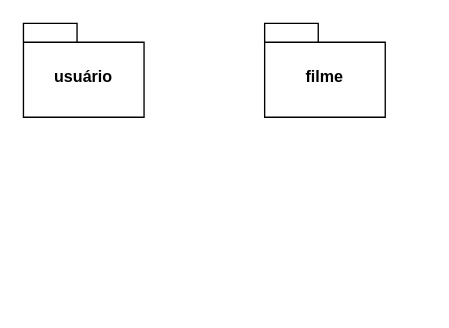
This is aula2205.drawio from Jhonneg/FluxogramaRepo, a draw.io file, before an edit. Source tidied: cells renumbered, new cells numbered last; positions are measured from the earlier drawing's top-left corner, leaving out a move shared by most shapes. Both pictures are drawn from the tidied source at 134%, with x=0, y=0 at pixel (23, 23).
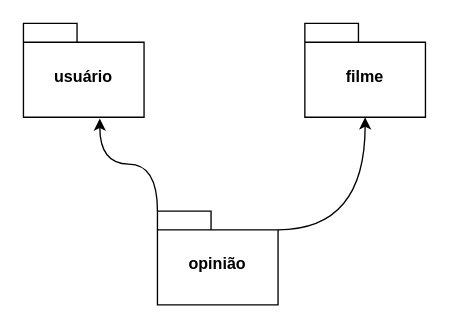
The same page after the edit.

The edit, as a diff of the source:
```diff
@@
 <mxGraphModel>
   <root>
     <mxCell id="0" />
     <mxCell id="1" parent="0" />
     <mxCell id="2" value="usuário" style="shape=folder;fontStyle=1;spacingTop=10;tabWidth=40;tabHeight=14;tabPosition=left;html=1;whiteSpace=wrap;" parent="1" vertex="1">
       <mxGeometry width="90" height="70" as="geometry" />
     </mxCell>
     <mxCell id="3" value="filme" style="shape=folder;fontStyle=1;spacingTop=10;tabWidth=40;tabHeight=14;tabPosition=left;html=1;whiteSpace=wrap;" parent="1" vertex="1">
-      <mxGeometry x="180" width="90" height="70" as="geometry" />
+      <mxGeometry x="210" width="90" height="70" as="geometry" />
     </mxCell>
+    <mxCell id="4" value="opinião" style="shape=folder;fontStyle=1;spacingTop=10;tabWidth=40;tabHeight=14;tabPosition=left;html=1;whiteSpace=wrap;" parent="1" vertex="1">
+      <mxGeometry x="100" y="140" width="90" height="70" as="geometry" />
+    </mxCell>
+    <mxCell id="5" style="edgeStyle=orthogonalEdgeStyle;rounded=0;jettySize=auto;html=1;exitX=0;exitY=0;exitDx=0;exitDy=0;exitPerimeter=0;entryX=0.633;entryY=1.014;entryDx=0;entryDy=0;entryPerimeter=0;curved=1;" parent="1" edge="1" source="4" target="2">
+      <mxGeometry relative="1" as="geometry" />
+    </mxCell>
+    <mxCell id="6" style="edgeStyle=orthogonalEdgeStyle;rounded=0;jettySize=auto;html=1;exitX=0;exitY=0;exitDx=90;exitDy=14;exitPerimeter=0;entryX=0.5;entryY=1;entryDx=0;entryDy=0;entryPerimeter=0;curved=1;" parent="1" edge="1" source="4" target="3">
+      <mxGeometry relative="1" as="geometry" />
+    </mxCell>
   </root>
 </mxGraphModel>
```
